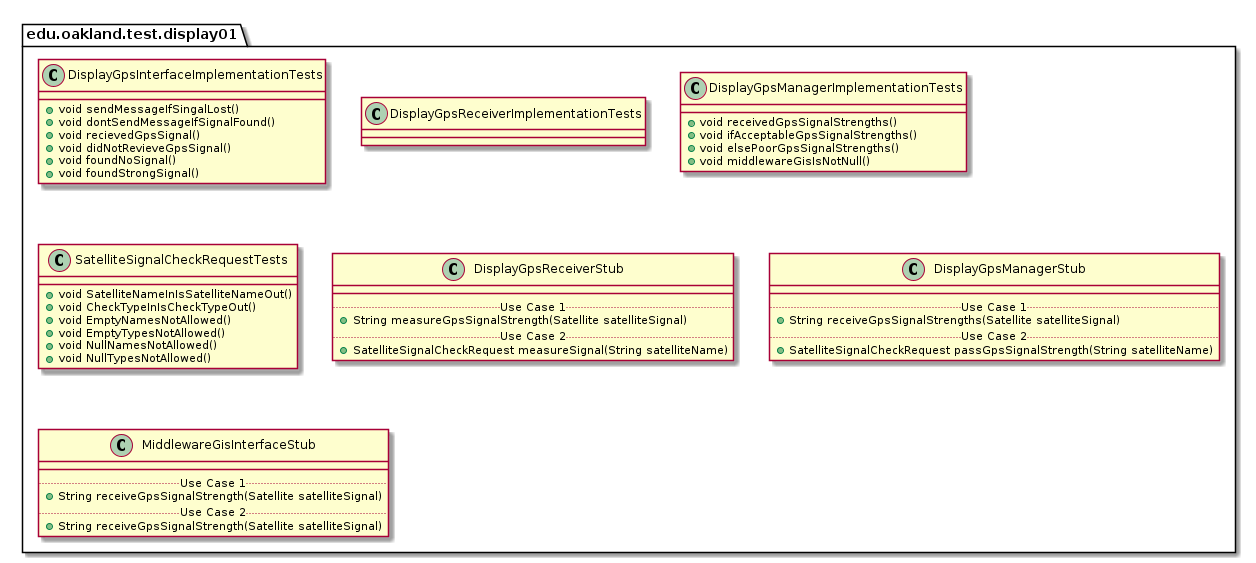
This is docs/uml-class-diagrams/display01/test/Display01TestPackage.png from casher-ou/csi-3370-software-project, a PlantUML export, as it was before one commit.
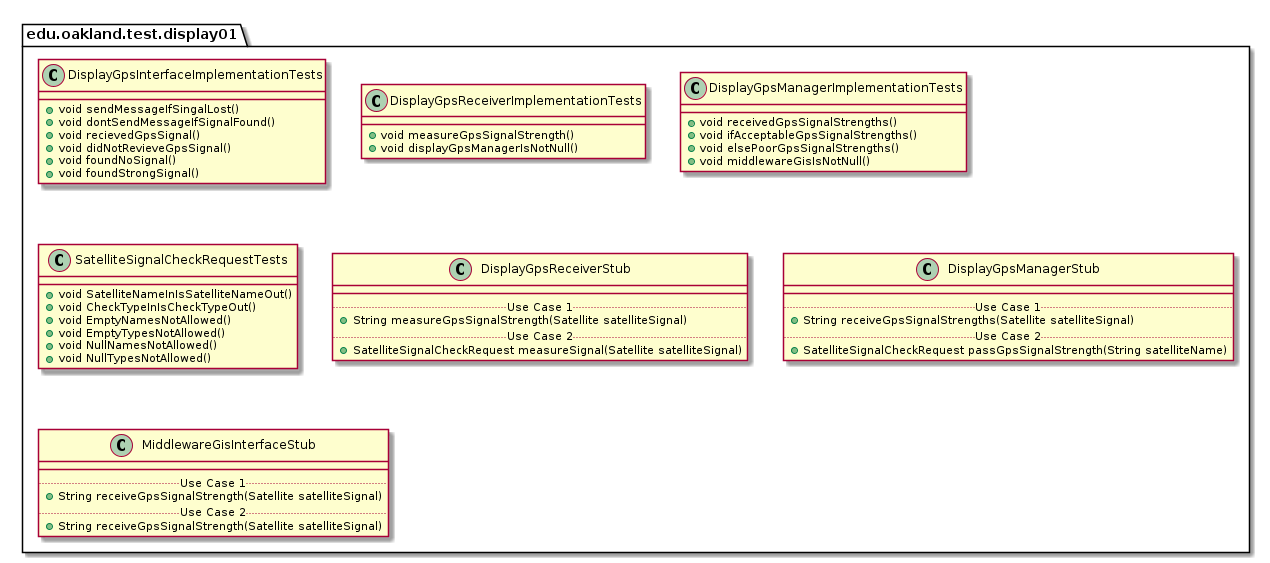
Above is the later version.

What changed in the source:
```diff
@@ -19,7 +19,8 @@
 
 package edu.oakland.test.display01 {
     class DisplayGpsReceiverImplementationTests {
-
+        + void measureGpsSignalStrength()
+        + void displayGpsManagerIsNotNull()
     }
 }
 
@@ -52,7 +53,7 @@
         .. Use Case 1 ..
         + String measureGpsSignalStrength(Satellite satelliteSignal)
         .. Use Case 2 ..
-        + SatelliteSignalCheckRequest measureSignal(String satelliteName)
+        + SatelliteSignalCheckRequest measureSignal(Satellite satelliteSignal)
     }
 }
 
```
